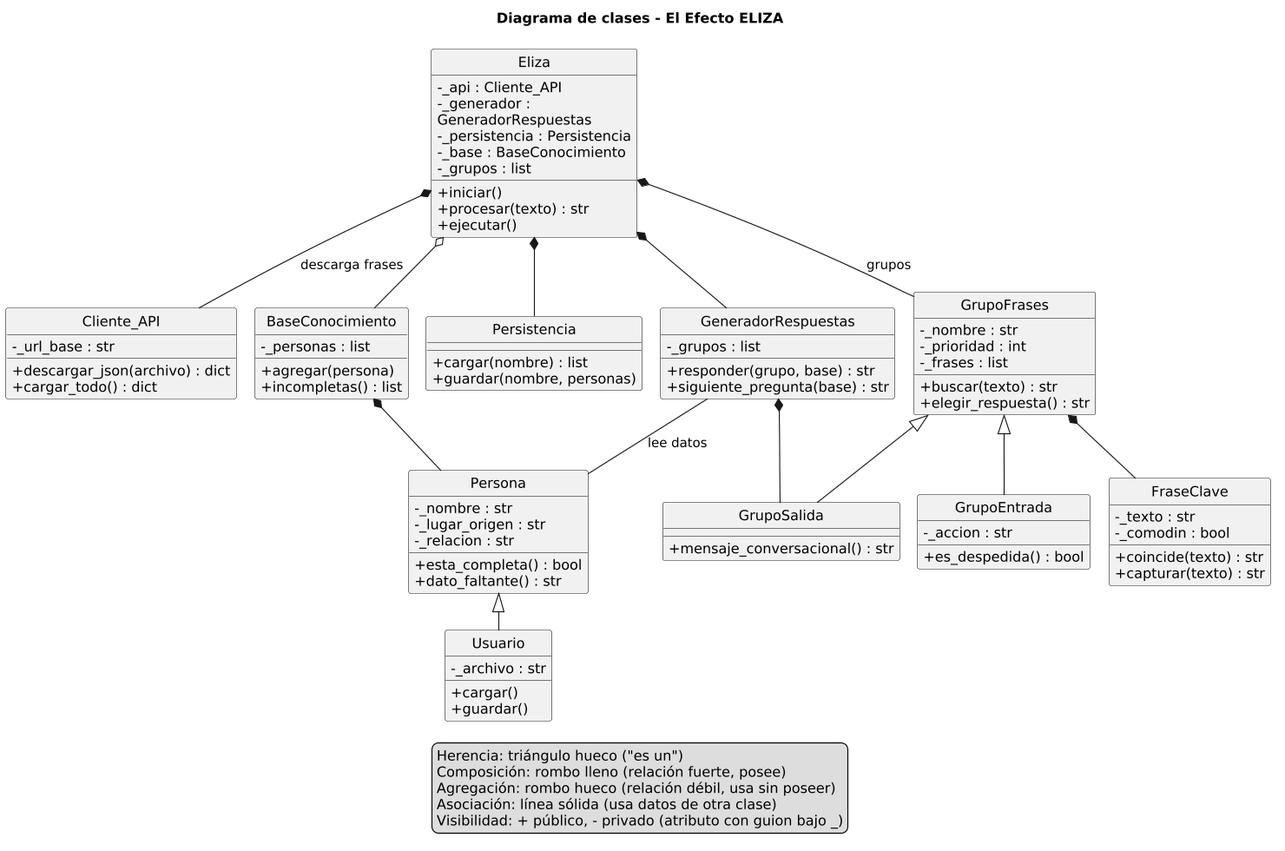
Before: diagrama_clases.png, a diagram exported from PlantUML (Nuvesita/Codigos).
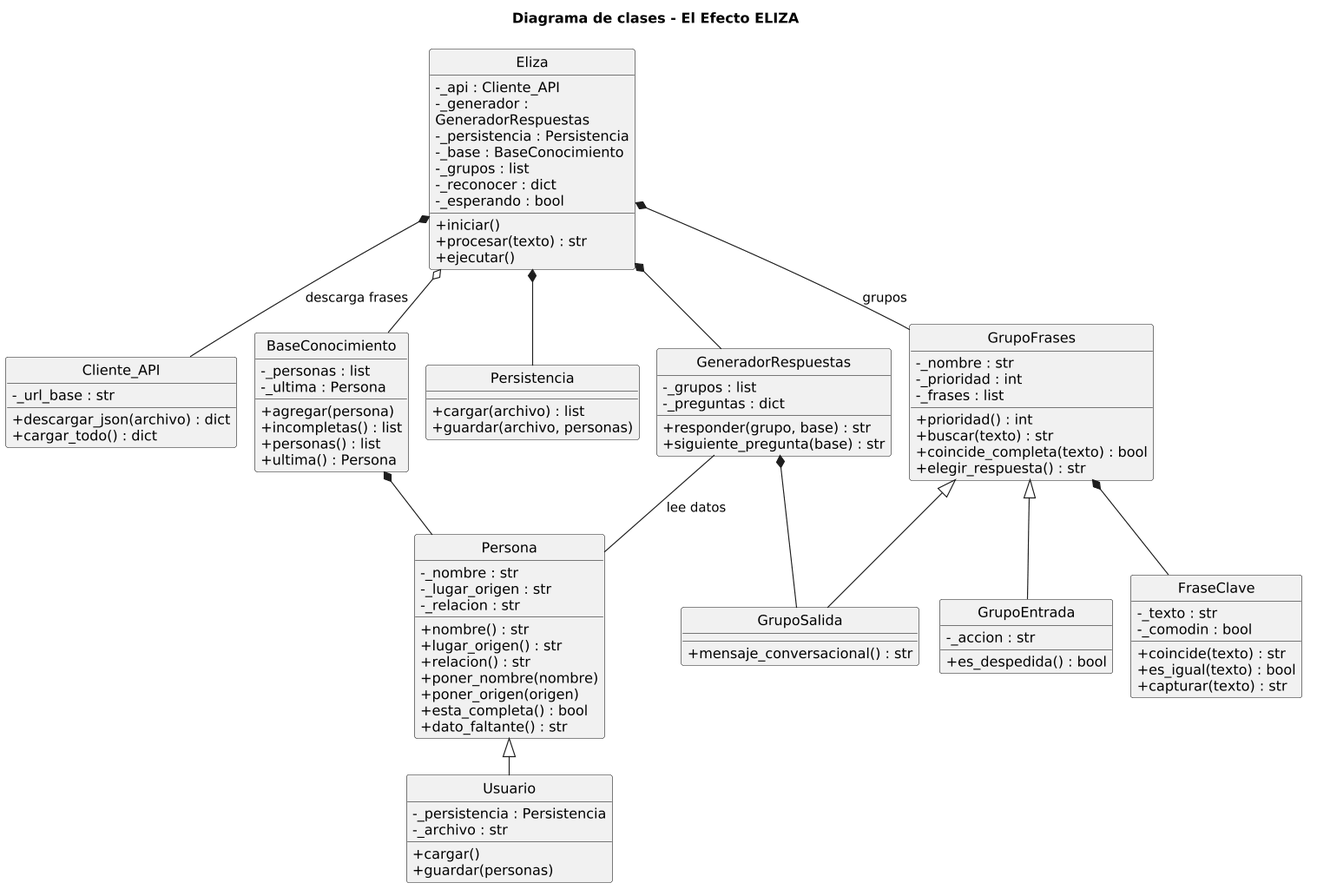
Later version of the same file.

The edit, as a diff of the source:
```diff
@@ -13,6 +13,8 @@
   - _persistencia : Persistencia
   - _base : BaseConocimiento
   - _grupos : list
+  - _reconocer : dict
+  - _esperando : bool
   + iniciar()
   + procesar(texto) : str
   + ejecutar()
@@ -31,40 +33,52 @@
 
 class GeneradorRespuestas {
   - _grupos : list
+  - _preguntas : dict
   + responder(grupo, base) : str
   + siguiente_pregunta(base) : str
 }
 
 class Persistencia {
-  + cargar(nombre) : list
-  + guardar(nombre, personas)
+  + cargar(archivo) : list
+  + guardar(archivo, personas)
 }
 
 class BaseConocimiento {
   - _personas : list
+  - _ultima : Persona
   + agregar(persona)
   + incompletas() : list
+  + personas() : list
+  + ultima() : Persona
 }
 
 class Persona {
   - _nombre : str
   - _lugar_origen : str
   - _relacion : str
+  + nombre() : str
+  + lugar_origen() : str
+  + relacion() : str
+  + poner_nombre(nombre)
+  + poner_origen(origen)
   + esta_completa() : bool
   + dato_faltante() : str
 }
 
 class Usuario {
+  - _persistencia : Persistencia
   - _archivo : str
   + cargar()
-  + guardar()
+  + guardar(personas)
 }
 
 class GrupoFrases {
   - _nombre : str
   - _prioridad : int
   - _frases : list
+  + prioridad() : int
   + buscar(texto) : str
+  + coincide_completa(texto) : bool
   + elegir_respuesta() : str
 }
 
@@ -76,6 +90,7 @@
   - _texto : str
   - _comodin : bool
   + coincide(texto) : str
+  + es_igual(texto) : bool
   + capturar(texto) : str
 }
 
@@ -96,12 +111,4 @@
 
 GeneradorRespuestas -- Persona : lee datos
 
-legend bottom
-  Herencia: triángulo hueco ("es un")
-  Composición: rombo lleno (relación fuerte, posee)
-  Agregación: rombo hueco (relación débil, usa sin poseer)
-  Asociación: línea sólida (usa datos de otra clase)
-  Visibilidad: + público, - privado (atributo con guion bajo _)
-endlegend
-
 @enduml
```
